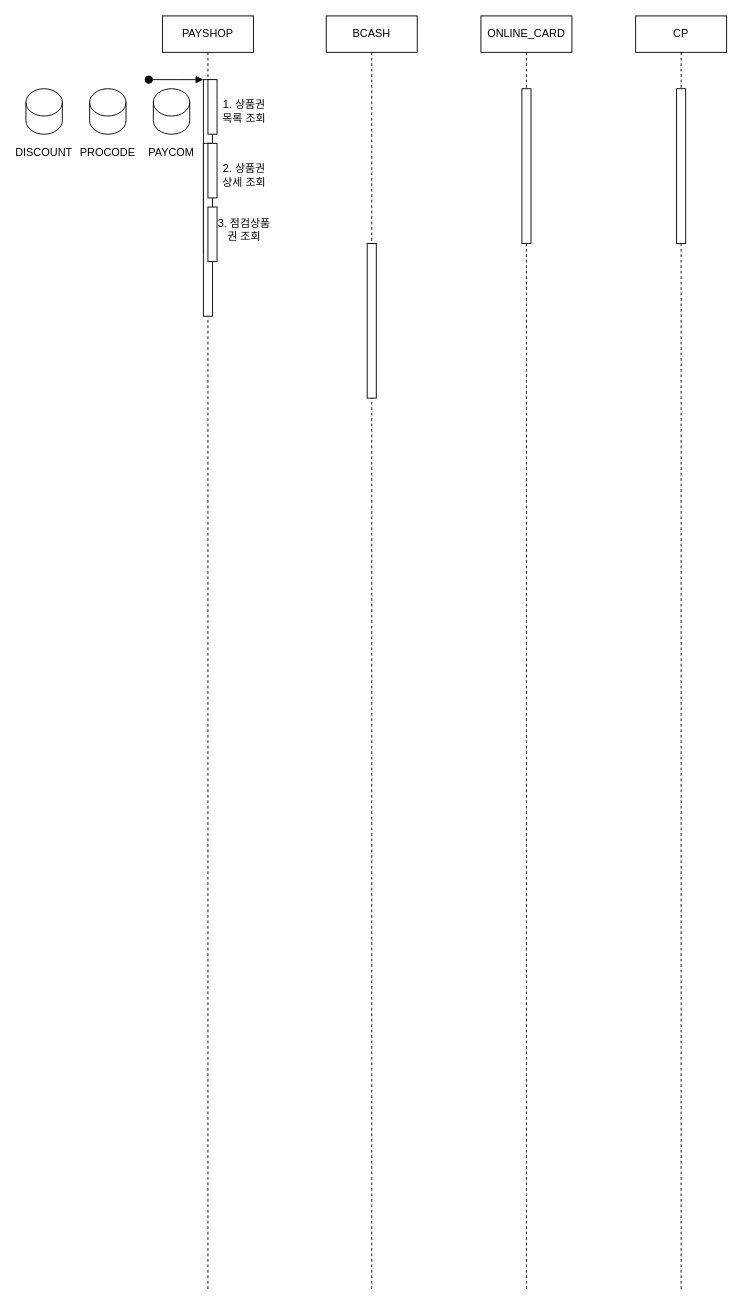
Earlier version of the draw.io diagram 제목 없는 다이어그램.drawio (cmkxak/devRoutine-web). Source tidied: cells renumbered, new cells numbered last; positions are measured from the earlier drawing's top-left corner, leaving out a move shared by most shapes. Both pictures are drawn from the tidied source at 91%, with x=0, y=0 at pixel (25, 15).
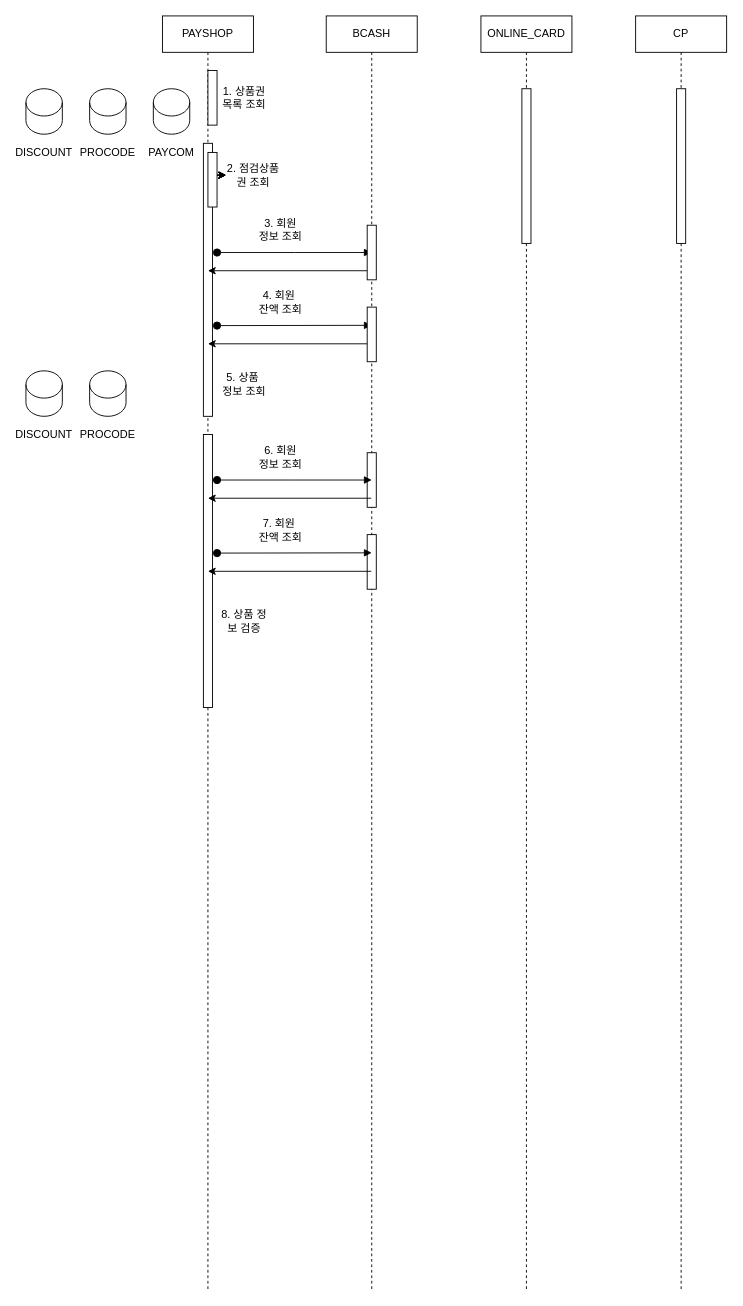
After the change.

Commit message:
제목 없는 다이어그램.drawio 업데이트

Unchanged cells that the change refers to:
```xml
<mxCell id="2" value="PAYSHOP" style="shape=umlLifeline;perimeter=lifelinePerimeter;whiteSpace=wrap;html=1;newEdgeStyle={&quot;edgeStyle&quot;:&quot;elbowEdgeStyle&quot;,&quot;elbow&quot;:&quot;vertical&quot;,&quot;curved&quot;:0,&quot;rounded&quot;:0};" parent="1" vertex="1">
  <mxGeometry x="150" width="100" height="1400" as="geometry" />
</mxCell>
<mxCell id="9" value="BCASH" style="shape=umlLifeline;perimeter=lifelinePerimeter;whiteSpace=wrap;html=1;newEdgeStyle={&quot;edgeStyle&quot;:&quot;elbowEdgeStyle&quot;,&quot;elbow&quot;:&quot;vertical&quot;,&quot;curved&quot;:0,&quot;rounded&quot;:0};" parent="1" vertex="1">
  <mxGeometry x="330" width="100" height="1400" as="geometry" />
</mxCell>
```

Change to the diagram source:
```diff
@@
-    <mxCell id="3" style="html=1;points=[];perimeter=orthogonalPerimeter;outlineConnect=0;targetShapes=umlLifeline;portConstraint=eastwest;newEdgeStyle={&quot;edgeStyle&quot;:&quot;elbowEdgeStyle&quot;,&quot;elbow&quot;:&quot;vertical&quot;,&quot;curved&quot;:0,&quot;rounded&quot;:0};" parent="2" vertex="1">
-      <mxGeometry x="45" y="70" width="10" height="190" as="geometry" />
-    </mxCell>
-    <mxCell id="4" style="html=1;verticalAlign=bottom;startArrow=oval;endArrow=block;startSize=8;edgeStyle=elbowEdgeStyle;elbow=vertical;curved=0;rounded=0;" parent="2" edge="1" target="3">
-      <mxGeometry relative="1" as="geometry">
-        <mxPoint x="-15" y="70" as="sourcePoint" />
-      </mxGeometry>
-    </mxCell>
+    <mxCell id="24" style="html=1;perimeter=orthogonalPerimeter;targetShapes=umlLifeline;newEdgeStyle={&quot;edgeStyle&quot;:&quot;elbowEdgeStyle&quot;,&quot;elbow&quot;:&quot;vertical&quot;,&quot;curved&quot;:0,&quot;rounded&quot;:0};" parent="2" vertex="1">
+      <mxGeometry x="45" y="140" width="10" height="300" as="geometry" />
+    </mxCell>
     <mxCell id="5" style="html=1;points=[];perimeter=orthogonalPerimeter;outlineConnect=0;targetShapes=umlLifeline;portConstraint=eastwest;newEdgeStyle={&quot;edgeStyle&quot;:&quot;elbowEdgeStyle&quot;,&quot;elbow&quot;:&quot;vertical&quot;,&quot;curved&quot;:0,&quot;rounded&quot;:0};" parent="2" vertex="1">
-      <mxGeometry x="50" y="70" width="10" height="60" as="geometry" />
+      <mxGeometry x="50" y="60" width="10" height="60" as="geometry" />
     </mxCell>
-    <mxCell id="6" style="html=1;perimeter=orthogonalPerimeter;targetShapes=umlLifeline;newEdgeStyle={&quot;edgeStyle&quot;:&quot;elbowEdgeStyle&quot;,&quot;elbow&quot;:&quot;vertical&quot;,&quot;curved&quot;:0,&quot;rounded&quot;:0};" parent="2" vertex="1">
-      <mxGeometry x="45" y="140" width="10" height="190" as="geometry" />
-    </mxCell>
-    <mxCell id="7" style="html=1;perimeter=orthogonalPerimeter;targetShapes=umlLifeline;newEdgeStyle={&quot;edgeStyle&quot;:&quot;elbowEdgeStyle&quot;,&quot;elbow&quot;:&quot;vertical&quot;,&quot;curved&quot;:0,&quot;rounded&quot;:0};" parent="2" vertex="1">
-      <mxGeometry x="50" y="140" width="10" height="60" as="geometry" />
-    </mxCell>
     <mxCell id="8" style="html=1;points=[];perimeter=orthogonalPerimeter;outlineConnect=0;targetShapes=umlLifeline;portConstraint=eastwest;newEdgeStyle={&quot;edgeStyle&quot;:&quot;elbowEdgeStyle&quot;,&quot;elbow&quot;:&quot;vertical&quot;,&quot;curved&quot;:0,&quot;rounded&quot;:0};" parent="2" vertex="1">
-      <mxGeometry x="50" y="210" width="10" height="60" as="geometry" />
+      <mxGeometry x="50" y="150" width="10" height="60" as="geometry" />
     </mxCell>
+    <mxCell id="25" style="html=1;perimeter=orthogonalPerimeter;targetShapes=umlLifeline;newEdgeStyle={&quot;edgeStyle&quot;:&quot;elbowEdgeStyle&quot;,&quot;elbow&quot;:&quot;vertical&quot;,&quot;curved&quot;:0,&quot;rounded&quot;:0};" parent="2" vertex="1">
+      <mxGeometry x="45" y="460" width="10" height="300" as="geometry" />
+    </mxCell>
@@
+    <mxCell id="26" style="html=1;perimeter=orthogonalPerimeter;targetShapes=umlLifeline;newEdgeStyle={&quot;edgeStyle&quot;:&quot;elbowEdgeStyle&quot;,&quot;elbow&quot;:&quot;vertical&quot;,&quot;curved&quot;:0,&quot;rounded&quot;:0};" parent="9" vertex="1">
+      <mxGeometry x="45" y="480" width="10" height="60" as="geometry" />
+    </mxCell>
+    <mxCell id="27" style="html=1;perimeter=orthogonalPerimeter;targetShapes=umlLifeline;newEdgeStyle={&quot;edgeStyle&quot;:&quot;elbowEdgeStyle&quot;,&quot;elbow&quot;:&quot;vertical&quot;,&quot;curved&quot;:0,&quot;rounded&quot;:0};" parent="9" vertex="1">
+      <mxGeometry x="45" y="570" width="10" height="60" as="geometry" />
+    </mxCell>
@@
     <mxCell id="14" value="1. 상품권 목록 조회" style="text;html=1;align=center;verticalAlign=middle;whiteSpace=wrap;rounded=0;" parent="1" vertex="1">
-      <mxGeometry x="210" y="90" width="60" height="30" as="geometry" />
+      <mxGeometry x="210" y="75" width="60" height="30" as="geometry" />
     </mxCell>
@@
-    <mxCell id="21" value="2. 상품권 상세 조회" style="text;html=1;align=center;verticalAlign=middle;whiteSpace=wrap;rounded=0;" parent="1" vertex="1">
-      <mxGeometry x="210" y="160" width="60" height="30" as="geometry" />
-    </mxCell>
-    <mxCell id="22" value="3. 점검상품권 조회" style="text;html=1;align=center;verticalAlign=middle;whiteSpace=wrap;rounded=0;" parent="1" vertex="1">
-      <mxGeometry x="210" y="220" width="60" height="30" as="geometry" />
+    <mxCell id="22" value="2. 점검상품권 조회" style="text;html=1;align=center;verticalAlign=middle;whiteSpace=wrap;rounded=0;" parent="1" vertex="1">
+      <mxGeometry x="220" y="160" width="60" height="30" as="geometry" />
     </mxCell>
-    <mxCell id="23" style="html=1;perimeter=orthogonalPerimeter;targetShapes=umlLifeline;newEdgeStyle={&quot;edgeStyle&quot;:&quot;elbowEdgeStyle&quot;,&quot;elbow&quot;:&quot;vertical&quot;,&quot;curved&quot;:0,&quot;rounded&quot;:0};" parent="1" vertex="1">
-      <mxGeometry x="375" y="250" width="10" height="170" as="geometry" />
-    </mxCell>
+    <mxCell id="28" style="html=1;verticalAlign=bottom;startArrow=oval;endArrow=block;startSize=8;edgeStyle=elbowEdgeStyle;elbow=vertical;curved=0;rounded=0;" parent="1" edge="1">
+      <mxGeometry relative="1" as="geometry">
+        <mxPoint x="210" y="260" as="sourcePoint" />
+        <mxPoint x="380" y="260" as="targetPoint" />
+      </mxGeometry>
+    </mxCell>
+    <mxCell id="29" value="3. 회원&lt;div&gt;정보 조회&lt;/div&gt;" style="text;html=1;align=center;verticalAlign=middle;whiteSpace=wrap;rounded=0;" parent="1" vertex="1">
+      <mxGeometry x="250" y="220" width="60" height="30" as="geometry" />
+    </mxCell>
+    <mxCell id="30" style="endArrow=classic;html=1;rounded=0;" parent="1" edge="1">
+      <mxGeometry relative="1" as="geometry">
+        <mxPoint x="379.5" y="280" as="sourcePoint" />
+        <mxPoint x="200" y="280" as="targetPoint" />
+      </mxGeometry>
+    </mxCell>
+    <mxCell id="31" value="&lt;div&gt;4. 회원&amp;nbsp;&lt;/div&gt;&lt;div&gt;잔액 조회&lt;/div&gt;" style="text;html=1;align=center;verticalAlign=middle;whiteSpace=wrap;rounded=0;" parent="1" vertex="1">
+      <mxGeometry x="250" y="300" width="60" height="30" as="geometry" />
+    </mxCell>
+    <mxCell id="32" style="edgeStyle=elbowEdgeStyle;rounded=0;jettySize=auto;html=1;elbow=vertical;curved=0;" parent="1" edge="1" source="8" target="22">
+      <mxGeometry relative="1" as="geometry" />
+    </mxCell>
+    <mxCell id="33" style="edgeStyle=elbowEdgeStyle;rounded=0;jettySize=auto;html=1;elbow=vertical;curved=0;" parent="1" edge="1" source="8" target="22">
+      <mxGeometry relative="1" as="geometry" />
+    </mxCell>
+    <mxCell id="34" style="edgeStyle=elbowEdgeStyle;rounded=0;jettySize=auto;html=1;elbow=vertical;curved=0;" parent="1" edge="1" source="8" target="22">
+      <mxGeometry relative="1" as="geometry" />
+    </mxCell>
+    <mxCell id="35" style="html=1;verticalAlign=bottom;startArrow=oval;endArrow=block;startSize=8;edgeStyle=elbowEdgeStyle;elbow=vertical;curved=0;rounded=0;" parent="1" edge="1">
+      <mxGeometry relative="1" as="geometry">
+        <mxPoint x="210" y="340.3" as="sourcePoint" />
+        <mxPoint x="380" y="340.3" as="targetPoint" />
+      </mxGeometry>
+    </mxCell>
+    <mxCell id="36" style="endArrow=classic;html=1;rounded=0;" parent="1" edge="1">
+      <mxGeometry relative="1" as="geometry">
+        <mxPoint x="379.5" y="360.3" as="sourcePoint" />
+        <mxPoint x="200" y="360.3" as="targetPoint" />
+      </mxGeometry>
+    </mxCell>
+    <mxCell id="37" value="5. 상품&amp;nbsp;&lt;div&gt;정보 조회&lt;/div&gt;" style="text;html=1;align=center;verticalAlign=middle;whiteSpace=wrap;rounded=0;" parent="1" vertex="1">
+      <mxGeometry x="210" y="390" width="60" height="30" as="geometry" />
+    </mxCell>
+    <mxCell id="38" style="shape=cylinder3;whiteSpace=wrap;html=1;boundedLbl=1;backgroundOutline=1;size=15;" parent="1" vertex="1">
+      <mxGeometry y="390" width="40" height="50" as="geometry" />
+    </mxCell>
+    <mxCell id="39" value="DISCOUNT" style="text;html=1;align=center;verticalAlign=middle;whiteSpace=wrap;rounded=0;" parent="1" vertex="1">
+      <mxGeometry y="450" width="40" height="20" as="geometry" />
+    </mxCell>
+    <mxCell id="40" style="shape=cylinder3;whiteSpace=wrap;html=1;boundedLbl=1;backgroundOutline=1;size=15;" parent="1" vertex="1">
+      <mxGeometry x="70" y="390" width="40" height="50" as="geometry" />
+    </mxCell>
+    <mxCell id="41" value="PROCODE" style="text;html=1;align=center;verticalAlign=middle;whiteSpace=wrap;rounded=0;" parent="1" vertex="1">
+      <mxGeometry x="70" y="450" width="40" height="20" as="geometry" />
+    </mxCell>
+    <mxCell id="42" style="edgeStyle=elbowEdgeStyle;rounded=0;jettySize=auto;html=1;elbow=vertical;curved=0;" parent="1" edge="1" source="5" target="14">
+      <mxGeometry relative="1" as="geometry" />
+    </mxCell>
+    <mxCell id="43" style="edgeStyle=elbowEdgeStyle;rounded=0;jettySize=auto;html=1;elbow=vertical;curved=0;" parent="1" edge="1" source="8" target="22">
+      <mxGeometry relative="1" as="geometry" />
+    </mxCell>
+    <mxCell id="44" style="html=1;verticalAlign=bottom;startArrow=oval;endArrow=block;startSize=8;edgeStyle=elbowEdgeStyle;elbow=vertical;curved=0;rounded=0;" parent="1" edge="1">
+      <mxGeometry relative="1" as="geometry">
+        <mxPoint x="210" y="510" as="sourcePoint" />
+        <mxPoint x="380" y="510" as="targetPoint" />
+      </mxGeometry>
+    </mxCell>
+    <mxCell id="45" style="endArrow=classic;html=1;rounded=0;" parent="1" edge="1">
+      <mxGeometry relative="1" as="geometry">
+        <mxPoint x="379.5" y="530" as="sourcePoint" />
+        <mxPoint x="200" y="530" as="targetPoint" />
+      </mxGeometry>
+    </mxCell>
+    <mxCell id="46" value="6. 회원&lt;div&gt;정보 조회&lt;/div&gt;" style="text;html=1;align=center;verticalAlign=middle;whiteSpace=wrap;rounded=0;" parent="1" vertex="1">
+      <mxGeometry x="250" y="470" width="60" height="30" as="geometry" />
+    </mxCell>
+    <mxCell id="47" value="&lt;div&gt;7. 회원&amp;nbsp;&lt;/div&gt;&lt;div&gt;잔액 조회&lt;/div&gt;" style="text;html=1;align=center;verticalAlign=middle;whiteSpace=wrap;rounded=0;" parent="1" vertex="1">
+      <mxGeometry x="250" y="550" width="60" height="30" as="geometry" />
+    </mxCell>
+    <mxCell id="48" style="html=1;verticalAlign=bottom;startArrow=oval;endArrow=block;startSize=8;edgeStyle=elbowEdgeStyle;elbow=vertical;curved=0;rounded=0;" parent="1" edge="1">
+      <mxGeometry relative="1" as="geometry">
+        <mxPoint x="210" y="590.3" as="sourcePoint" />
+        <mxPoint x="380" y="590.3" as="targetPoint" />
+      </mxGeometry>
+    </mxCell>
+    <mxCell id="49" style="endArrow=classic;html=1;rounded=0;" parent="1" edge="1">
+      <mxGeometry relative="1" as="geometry">
+        <mxPoint x="379.5" y="610.3" as="sourcePoint" />
+        <mxPoint x="200" y="610.3" as="targetPoint" />
+      </mxGeometry>
+    </mxCell>
+    <mxCell id="50" value="&lt;div&gt;8. 상품 정보 검증&lt;/div&gt;" style="text;html=1;align=center;verticalAlign=middle;whiteSpace=wrap;rounded=0;" parent="1" vertex="1">
+      <mxGeometry x="210" y="650" width="60" height="30" as="geometry" />
+    </mxCell>
+    <mxCell id="51" style="html=1;perimeter=orthogonalPerimeter;targetShapes=umlLifeline;newEdgeStyle={&quot;edgeStyle&quot;:&quot;elbowEdgeStyle&quot;,&quot;elbow&quot;:&quot;vertical&quot;,&quot;curved&quot;:0,&quot;rounded&quot;:0};" parent="1" vertex="1">
+      <mxGeometry x="375" y="230" width="10" height="60" as="geometry" />
+    </mxCell>
+    <mxCell id="52" style="html=1;perimeter=orthogonalPerimeter;targetShapes=umlLifeline;newEdgeStyle={&quot;edgeStyle&quot;:&quot;elbowEdgeStyle&quot;,&quot;elbow&quot;:&quot;vertical&quot;,&quot;curved&quot;:0,&quot;rounded&quot;:0};" parent="1" vertex="1">
+      <mxGeometry x="375" y="320" width="10" height="60" as="geometry" />
+    </mxCell>
```
